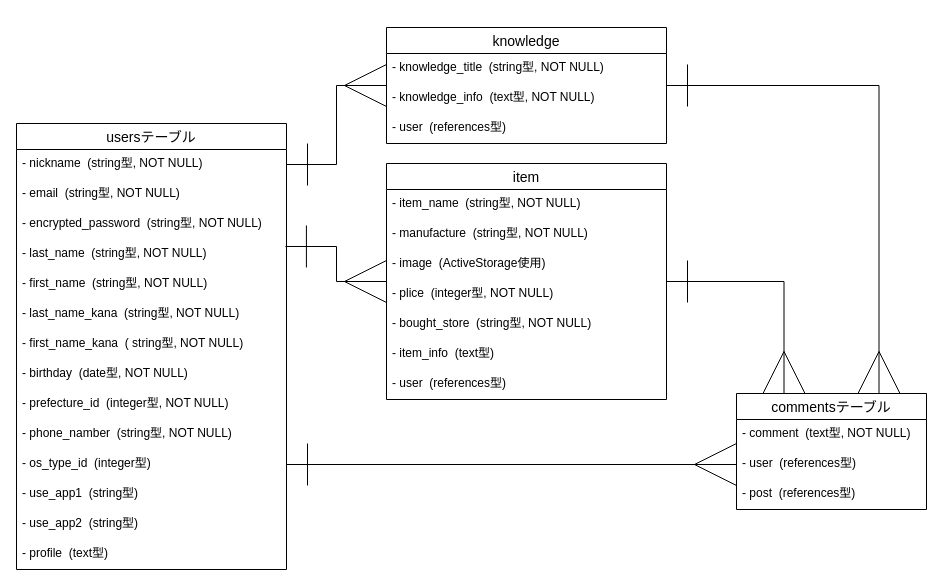
Above: page "ER図" (1 of 2) of ER.dio in sushi1129/side-business-36374 (draw.io), before the change. Source tidied: cells renumbered, new cells numbered last; positions are measured from the earlier drawing's top-left corner, leaving out a move shared by most shapes. Both pictures are drawn from the tidied source at 100%, with x=0, y=0 at pixel (16, 27).
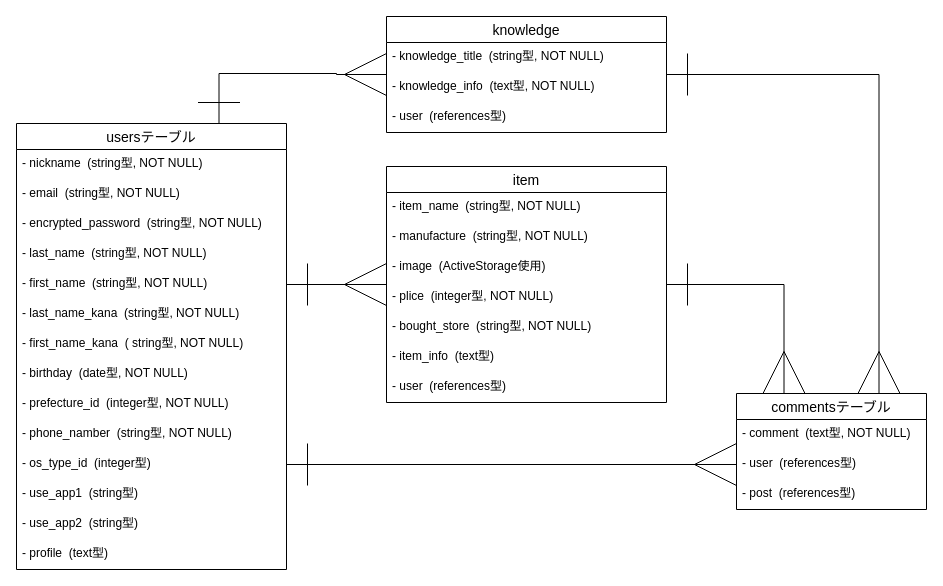
Above is the later version.

The change refers to these unchanged cells:
```xml
<mxCell id="2" value="usersテーブル" style="swimlane;fontStyle=0;horizontal=1;startSize=26;align=center;fontSize=14;" parent="1" vertex="1">
  <mxGeometry y="96" width="270" height="446" as="geometry" />
</mxCell>
<mxCell id="3" value="- nickname  (string型, NOT NULL)" style="text;strokeColor=none;fillColor=none;spacingLeft=4;spacingRight=4;overflow=hidden;points=[[0,0.5],[1,0.5]];portConstraint=eastwest;fontSize=12;" parent="2" vertex="1">
  <mxGeometry y="26" width="270" height="30" as="geometry" />
</mxCell>
<mxCell id="6" value="- last_name  (string型, NOT NULL)" style="text;strokeColor=none;fillColor=none;spacingLeft=4;spacingRight=4;overflow=hidden;points=[[0,0.5],[1,0.5]];portConstraint=eastwest;fontSize=12;" parent="2" vertex="1">
  <mxGeometry y="116" width="270" height="30" as="geometry" />
</mxCell>
<mxCell id="7" value="- first_name  (string型, NOT NULL)" style="text;strokeColor=none;fillColor=none;spacingLeft=4;spacingRight=4;overflow=hidden;points=[[0,0.5],[1,0.5]];portConstraint=eastwest;fontSize=12;" parent="2" vertex="1">
  <mxGeometry y="146" width="270" height="30" as="geometry" />
</mxCell>
```

The edit, as a diff of the source:
```diff
@@
-    <mxCell id="22" style="edgeStyle=orthogonalEdgeStyle;rounded=0;jettySize=auto;html=1;entryX=0;entryY=0.5;entryDx=0;entryDy=0;startArrow=ERone;startFill=0;endArrow=ERmany;endFill=0;startSize=40;endSize=40;exitX=0.996;exitY=0.233;exitDx=0;exitDy=0;exitPerimeter=0;" parent="1" edge="1" source="6" target="29">
+    <mxCell id="22" style="edgeStyle=orthogonalEdgeStyle;rounded=0;jettySize=auto;html=1;entryX=0;entryY=0.5;entryDx=0;entryDy=0;startArrow=ERone;startFill=0;endArrow=ERmany;endFill=0;startSize=40;endSize=40;exitX=1;exitY=0.5;exitDx=0;exitDy=0;" parent="1" edge="1" source="7" target="29">
       <mxGeometry relative="1" as="geometry" />
     </mxCell>
@@
     <mxCell id="25" value="knowledge" style="swimlane;fontStyle=0;horizontal=1;startSize=26;align=center;fontSize=14;" parent="1" vertex="1">
-      <mxGeometry x="370" width="280" height="116" as="geometry" />
+      <mxGeometry x="370" y="-11" width="280" height="116" as="geometry" />
     </mxCell>
@@
     <mxCell id="29" value="item" style="swimlane;fontStyle=0;horizontal=1;startSize=26;align=center;fontSize=14;" parent="1" vertex="1">
-      <mxGeometry x="370" y="136" width="280" height="236" as="geometry" />
+      <mxGeometry x="370" y="139" width="280" height="236" as="geometry" />
     </mxCell>
@@
-    <mxCell id="37" style="edgeStyle=orthogonalEdgeStyle;rounded=0;jettySize=auto;html=1;exitX=1;exitY=0.5;exitDx=0;exitDy=0;startArrow=ERone;startFill=0;endArrow=ERmany;endFill=0;endSize=40;startSize=40;entryX=0;entryY=0.5;entryDx=0;entryDy=0;" parent="1" edge="1" source="3" target="25">
+    <mxCell id="37" style="edgeStyle=orthogonalEdgeStyle;rounded=0;jettySize=auto;html=1;exitX=0.75;exitY=0;exitDx=0;exitDy=0;startArrow=ERone;startFill=0;endArrow=ERmany;endFill=0;endSize=40;startSize=40;entryX=0;entryY=0.5;entryDx=0;entryDy=0;" parent="1" edge="1" source="2" target="25">
       <mxGeometry relative="1" as="geometry" />
     </mxCell>
```
